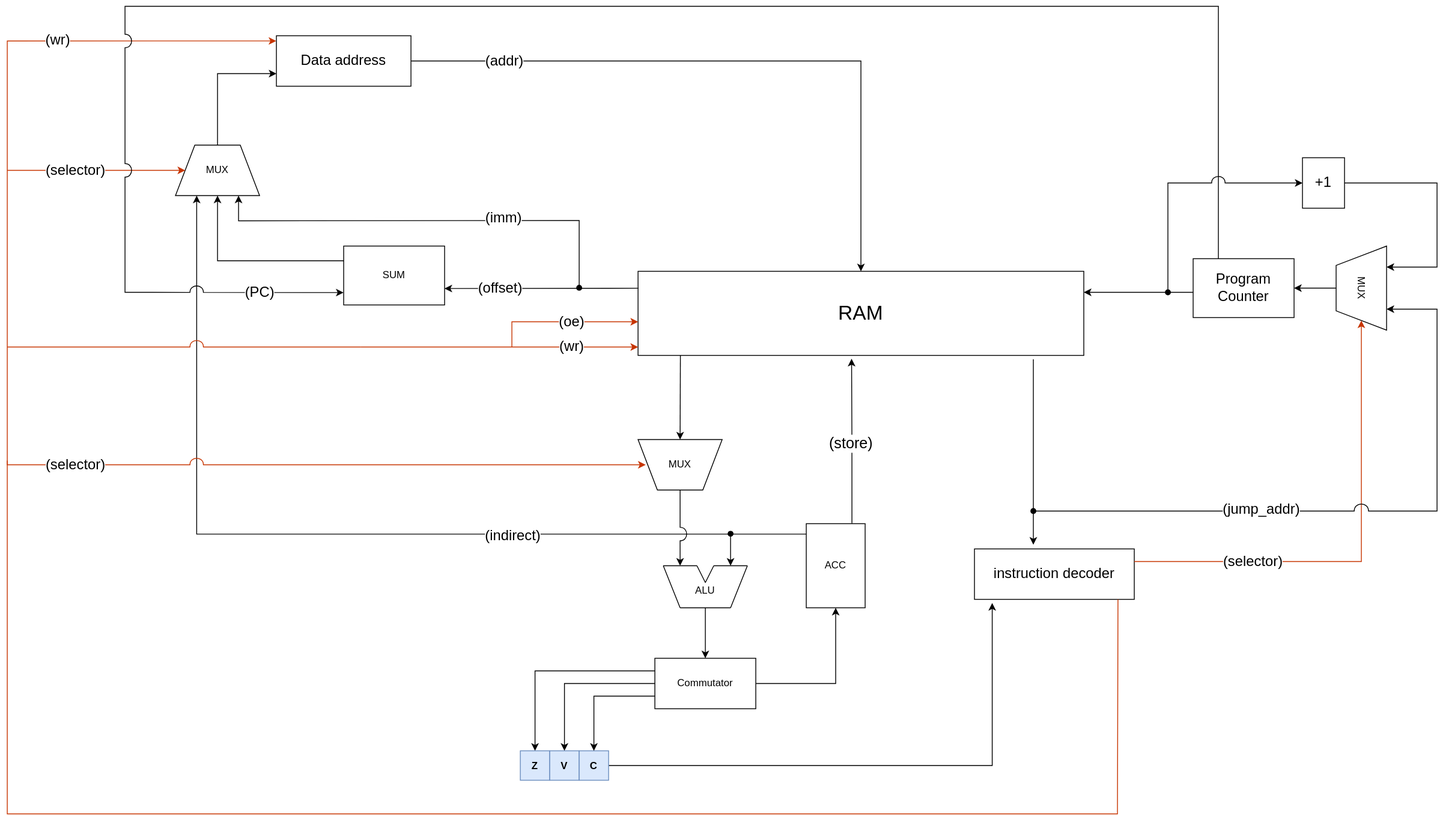
Above: AK 3/Lab3/Scheme/Scheme_Orginal_ Advenced.drawio.svg in DmitryHalk/ITMO (draw.io), before the change. Source tidied: cells renumbered, new cells last; positions are measured from the earlier drawing's top-left corner, leaving out a move shared by most shapes.
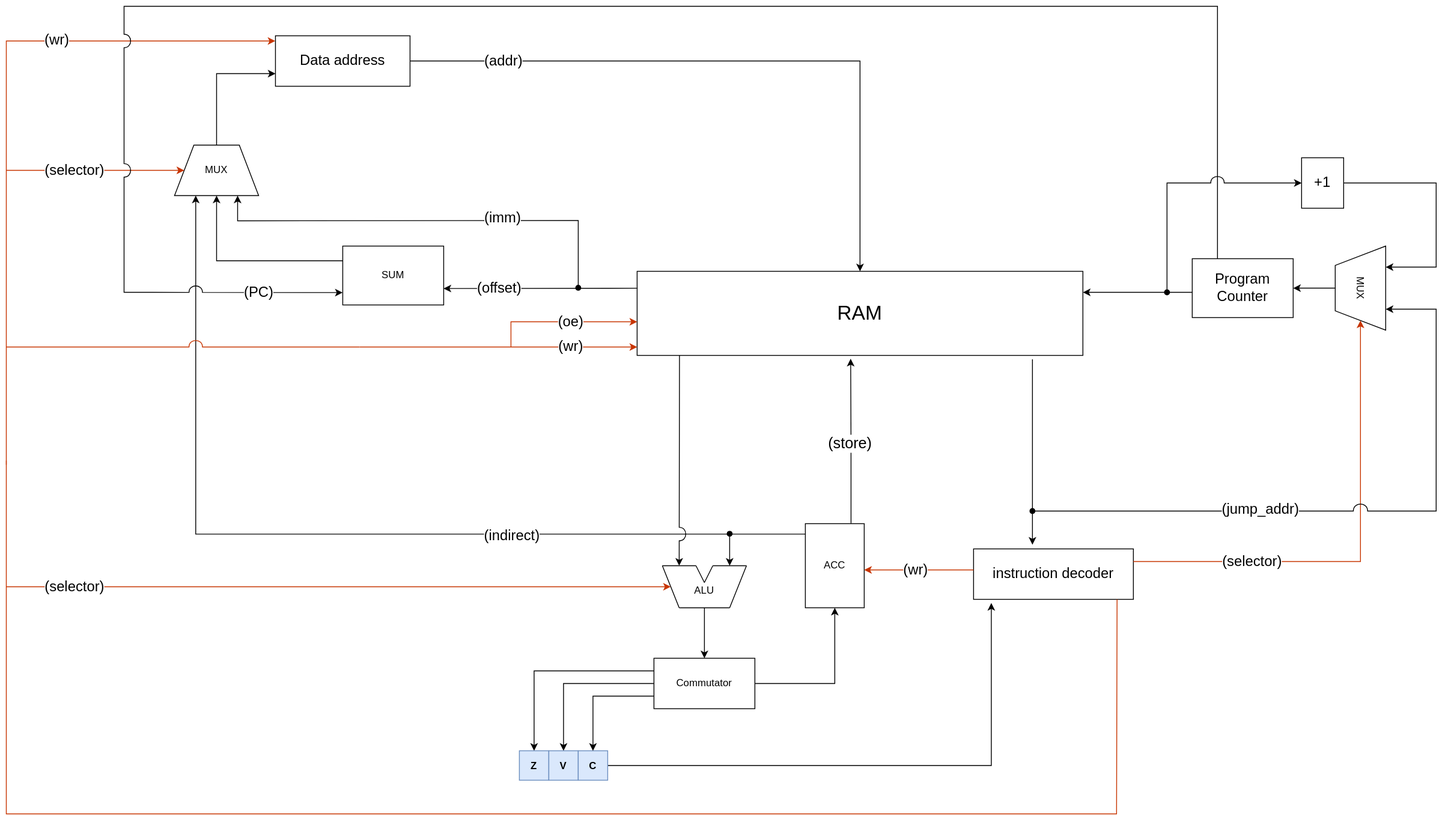
Later version of the same file.

What changed in the source:
```diff
@@ -7,7 +7,7 @@
         <mxPoint x="830" y="715" as="sourcePoint" />
       </mxGeometry>
     </mxCell>
-    <mxCell id="3" style="endArrow=classic;html=1;rounded=0;defaultLabelBackgroundColor=page;exitX=-0.003;exitY=0.124;exitDx=0;exitDy=0;exitPerimeter=0;entryX=0.75;entryY=1;entryDx=0;entryDy=0;jumpStyle=none;jumpSize=16;" parent="1" edge="1">
+    <mxCell id="3" style="endArrow=classic;html=1;rounded=0;defaultLabelBackgroundColor=page;exitX=-0.003;exitY=0.124;exitDx=0;exitDy=0;exitPerimeter=0;entryX=0.75;entryY=1;entryDx=0;entryDy=0;jumpStyle=arc;jumpSize=16;" parent="1" edge="1">
       <mxGeometry relative="1" as="geometry">
         <mxPoint x="950" y="627.4" as="sourcePoint" />
         <mxPoint x="225.2" y="225" as="targetPoint" />
@@ -55,33 +55,20 @@
     <mxCell id="14" value="ACC" style="rounded=0;whiteSpace=wrap;html=1;" parent="1" vertex="1">
       <mxGeometry x="950" y="615" width="70" height="100" as="geometry" />
     </mxCell>
-    <mxCell id="15" style="edgeStyle=orthogonalEdgeStyle;rounded=0;jettySize=auto;html=1;defaultLabelBackgroundColor=page;jumpStyle=arc;jumpSize=16;" parent="1" edge="1" source="19">
-      <mxGeometry relative="1" as="geometry">
-        <mxPoint x="800" y="665" as="targetPoint" />
-      </mxGeometry>
-    </mxCell>
-    <mxCell id="16" style="rounded=0;jettySize=auto;html=1;entryX=0;entryY=0.5;entryDx=0;entryDy=0;defaultLabelBackgroundColor=page;edgeStyle=orthogonalEdgeStyle;jumpStyle=arc;jumpSize=16;fillColor=#fa6800;strokeColor=#C73500;startArrow=classic;startFill=1;exitX=-0.001;exitY=0.103;exitDx=0;exitDy=0;exitPerimeter=0;" parent="1" edge="1" source="26">
-      <mxGeometry x="0.02" relative="1" as="geometry">
-        <mxPoint x="759" y="545" as="targetPoint" />
+    <mxCell id="16" style="rounded=0;jettySize=auto;html=1;defaultLabelBackgroundColor=page;edgeStyle=orthogonalEdgeStyle;jumpStyle=arc;jumpSize=16;fillColor=#fa6800;strokeColor=#C73500;startArrow=classic;startFill=1;exitX=-0.001;exitY=0.103;exitDx=0;exitDy=0;exitPerimeter=0;endArrow=none;endFill=0;" parent="1" edge="1" source="26">
+      <mxGeometry x="0.97" relative="1" as="geometry">
+        <mxPoint y="545" as="targetPoint" />
         <Array as="points">
           <mxPoint y="41.2" />
           <mxPoint y="545" />
         </Array>
       </mxGeometry>
     </mxCell>
-    <mxCell id="17" value="&lt;font style=&quot;font-size: 17px;&quot;&gt;(selector)&lt;/font&gt;" style="edgeLabel;html=1;align=center;verticalAlign=middle;inheritText=1;defaultLabelBackgroundColor=page;" parent="16" vertex="1">
-      <mxGeometry x="0.73" relative="1" as="geometry">
-        <mxPoint x="-462" as="offset" />
-      </mxGeometry>
-    </mxCell>
     <mxCell id="18" value="&lt;font style=&quot;font-size: 17px;&quot;&gt;(wr)&lt;/font&gt;" style="edgeLabel;html=1;align=center;verticalAlign=middle;inheritText=1;defaultLabelBackgroundColor=page;" parent="16" vertex="1">
-      <mxGeometry x="-0.82" y="-1" relative="1" as="geometry">
+      <mxGeometry x="-0.65" y="-1" relative="1" as="geometry">
         <mxPoint x="-115" as="offset" />
       </mxGeometry>
     </mxCell>
-    <mxCell id="19" value="MUX" style="verticalLabelPosition=middle;verticalAlign=middle;html=1;shape=trapezoid;perimeter=trapezoidPerimeter;whiteSpace=wrap;size=0.23;arcSize=10;flipV=1;labelPosition=center;align=center;legacyAnchorPoints=0;" parent="1" vertex="1">
-      <mxGeometry x="750" y="515" width="100" height="60" as="geometry" />
-    </mxCell>
     <mxCell id="20" value="&lt;font style=&quot;font-size: 24px;&quot;&gt;RAM&lt;/font&gt;" style="rounded=0;whiteSpace=wrap;html=1;" parent="1" vertex="1">
       <mxGeometry x="750" y="315" width="530" height="100" as="geometry" />
     </mxCell>
@@ -93,8 +80,10 @@
         <mxPoint x="-6" as="offset" />
       </mxGeometry>
     </mxCell>
-    <mxCell id="23" style="endArrow=classic;html=1;rounded=0;defaultLabelBackgroundColor=page;exitX=0.095;exitY=0.997;exitDx=0;exitDy=0;exitPerimeter=0;entryX=0.5;entryY=1;entryDx=0;entryDy=0;" parent="1" edge="1" source="20" target="19">
-      <mxGeometry relative="1" as="geometry" />
+    <mxCell id="23" style="endArrow=classic;html=1;rounded=0;defaultLabelBackgroundColor=page;exitX=0.095;exitY=0.997;exitDx=0;exitDy=0;exitPerimeter=0;jumpStyle=arc;jumpSize=16;" parent="1" edge="1" source="20">
+      <mxGeometry relative="1" as="geometry">
+        <mxPoint x="800" y="665" as="targetPoint" />
+      </mxGeometry>
     </mxCell>
     <mxCell id="24" style="edgeStyle=orthogonalEdgeStyle;rounded=0;jettySize=auto;html=1;exitX=1;exitY=0.5;exitDx=0;exitDy=0;entryX=0.5;entryY=0;entryDx=0;entryDy=0;defaultLabelBackgroundColor=page;" parent="1" edge="1" source="26" target="20">
       <mxGeometry relative="1" as="geometry" />
@@ -331,5 +320,24 @@
         <mxPoint x="33" as="offset" />
       </mxGeometry>
     </mxCell>
+    <mxCell id="70" style="endArrow=classic;html=1;rounded=0;defaultLabelBackgroundColor=page;fillColor=#fa6800;strokeColor=#C73500;" parent="1" edge="1">
+      <mxGeometry relative="1" as="geometry">
+        <mxPoint y="690" as="sourcePoint" />
+        <mxPoint x="790" y="690" as="targetPoint" />
+      </mxGeometry>
+    </mxCell>
+    <mxCell id="17" value="&lt;font style=&quot;font-size: 17px;&quot;&gt;(selector)&lt;/font&gt;" style="edgeLabel;html=1;align=center;verticalAlign=middle;inheritText=1;defaultLabelBackgroundColor=page;" parent="70" vertex="1">
+      <mxGeometry x="-0.85" y="-1" relative="1" as="geometry">
+        <mxPoint x="22" y="-1" as="offset" />
+      </mxGeometry>
+    </mxCell>
+    <mxCell id="71" style="endArrow=classic;html=1;rounded=0;defaultLabelBackgroundColor=page;exitX=0;exitY=0.417;exitDx=0;exitDy=0;exitPerimeter=0;entryX=1;entryY=0.55;entryDx=0;entryDy=0;entryPerimeter=0;fillColor=#fa6800;strokeColor=#C73500;" parent="1" edge="1" source="58" target="14">
+      <mxGeometry relative="1" as="geometry" />
+    </mxCell>
+    <mxCell id="72" value="&lt;font style=&quot;font-size: 17px;&quot;&gt;(wr)&lt;/font&gt;" style="edgeLabel;html=1;align=center;verticalAlign=middle;inheritText=1;defaultLabelBackgroundColor=page;" parent="71" vertex="1">
+      <mxGeometry x="0.17" relative="1" as="geometry">
+        <mxPoint x="6" as="offset" />
+      </mxGeometry>
+    </mxCell>
   </root>
 </mxGraphModel>
```
